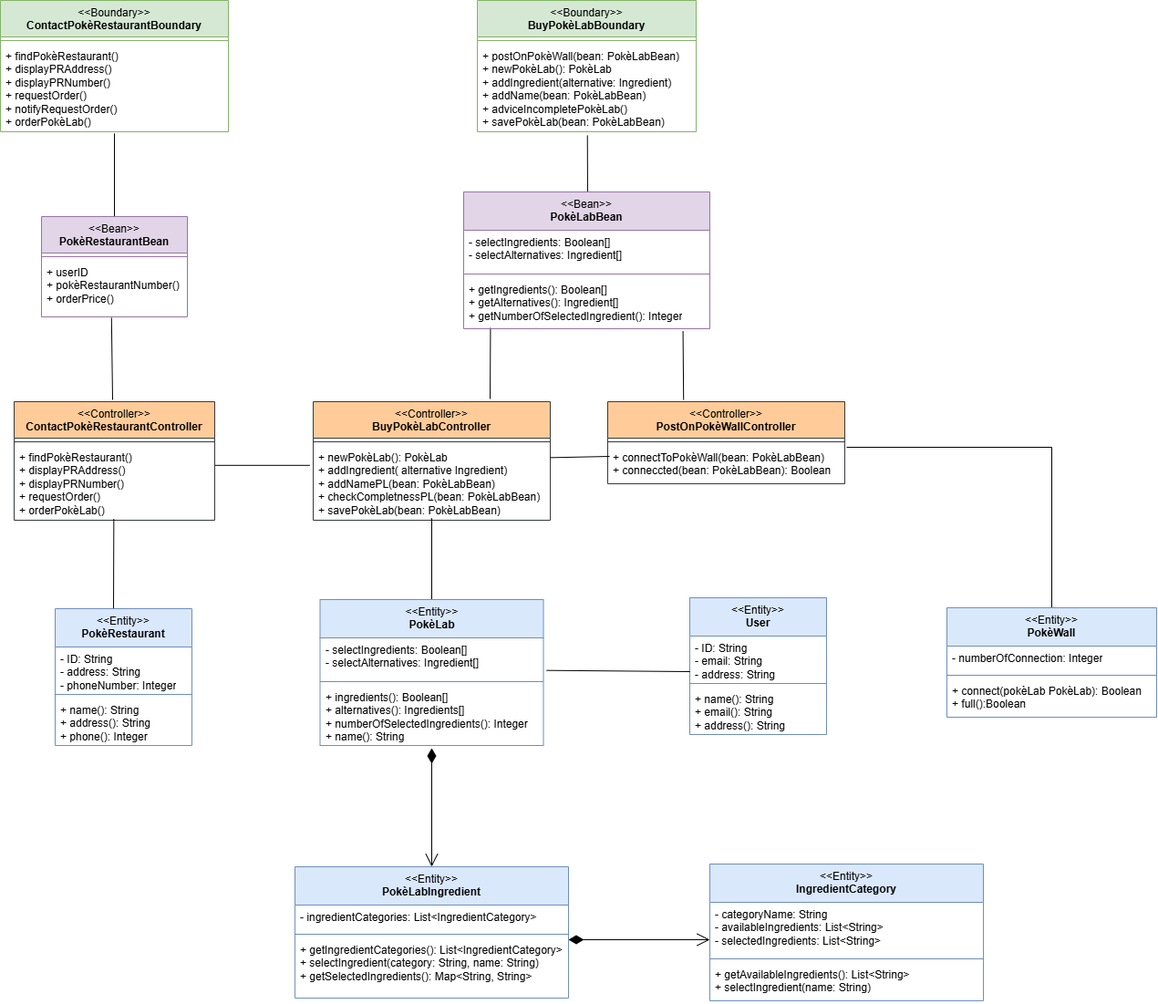
Before: diagrams/BCE.drawio.png, a diagram exported from draw.io (matteopinfildi/YourPoke-ISPWProject). Source tidied: cells renumbered, new cells last; positions are measured from the earlier drawing's top-left corner, leaving out a move shared by most shapes.
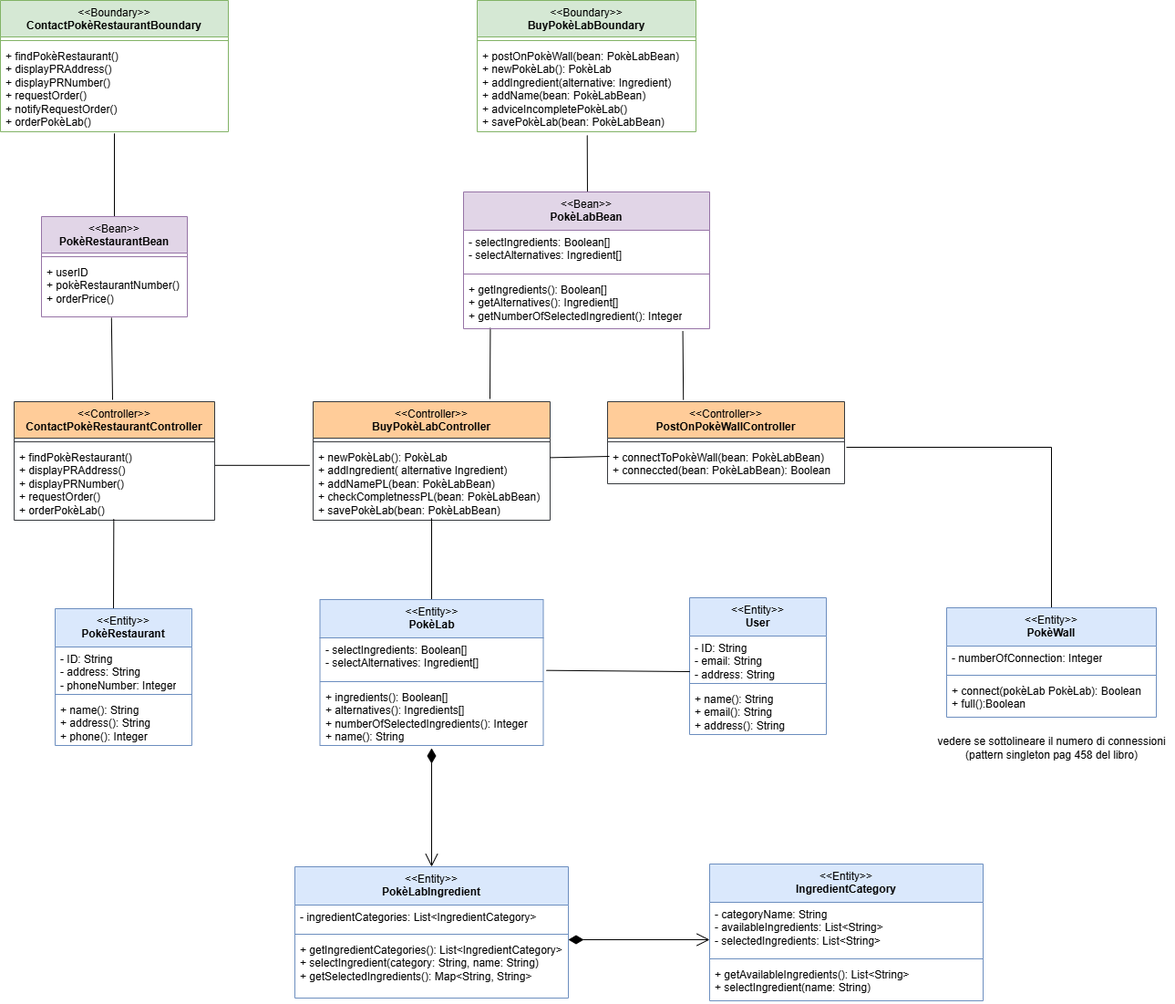
Later version of the same file.

The edit, as a diff of the source:
```diff
@@ -202,5 +202,8 @@
     <mxCell id="60" value="+ getAvailableIngredients(): List&amp;lt;String&amp;gt;&lt;div&gt;+ selectIngredient(name: String)&lt;/div&gt;" style="text;strokeColor=none;fillColor=none;align=left;verticalAlign=top;spacingLeft=4;spacingRight=4;overflow=hidden;whiteSpace=wrap;html=1;" parent="57" vertex="1">
       <mxGeometry y="108" width="300" height="42" as="geometry" />
     </mxCell>
+    <mxCell id="61" value="vedere se sottolineare il numero di connessioni&lt;div&gt;(pattern singleton pag 458 del libro)&lt;/div&gt;" style="text;html=1;align=center;verticalAlign=middle;strokeColor=none;fillColor=none;" parent="1" vertex="1">
+      <mxGeometry x="1018" y="800" width="270" height="40" as="geometry" />
+    </mxCell>
   </root>
 </mxGraphModel>
```
